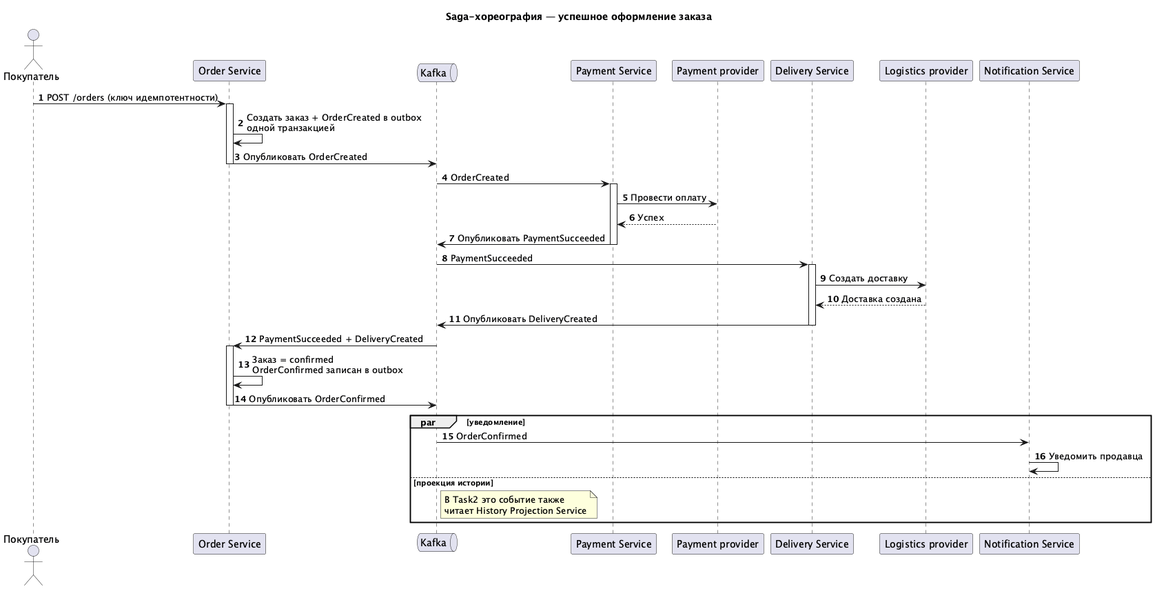
The PlantUML diagram Task1/saga-success.png in FFinn/MSA-3-NovaMarket-v1, before a commit. Its diagram source:
```plantuml
@startuml
title Saga-хореография — успешное оформление заказа
autonumber
actor "Покупатель" as B
participant "Order Service" as O
queue Kafka as K
participant "Payment Service" as P
participant "Payment provider" as PP
participant "Delivery Service" as D
participant "Logistics provider" as LP
participant "Notification Service" as N

B -> O: POST /orders (ключ идемпотентности)
activate O
O -> O: Создать заказ + OrderCreated в outbox\nодной транзакцией
O -> K: Опубликовать OrderCreated
deactivate O
K -> P: OrderCreated
activate P
P -> PP: Провести оплату
PP --> P: Успех
P -> K: Опубликовать PaymentSucceeded
deactivate P
K -> D: PaymentSucceeded
activate D
D -> LP: Создать доставку
LP --> D: Доставка создана
D -> K: Опубликовать DeliveryCreated
deactivate D
K -> O: PaymentSucceeded + DeliveryCreated
activate O
O -> O: Заказ = confirmed\nOrderConfirmed записан в outbox
O -> K: Опубликовать OrderConfirmed
deactivate O
par уведомление
 K -> N: OrderConfirmed
 N -> N: Уведомить продавца
else проекция истории
 note right of K: В Task2 это событие также\nчитает History Projection Service
end
@enduml
```
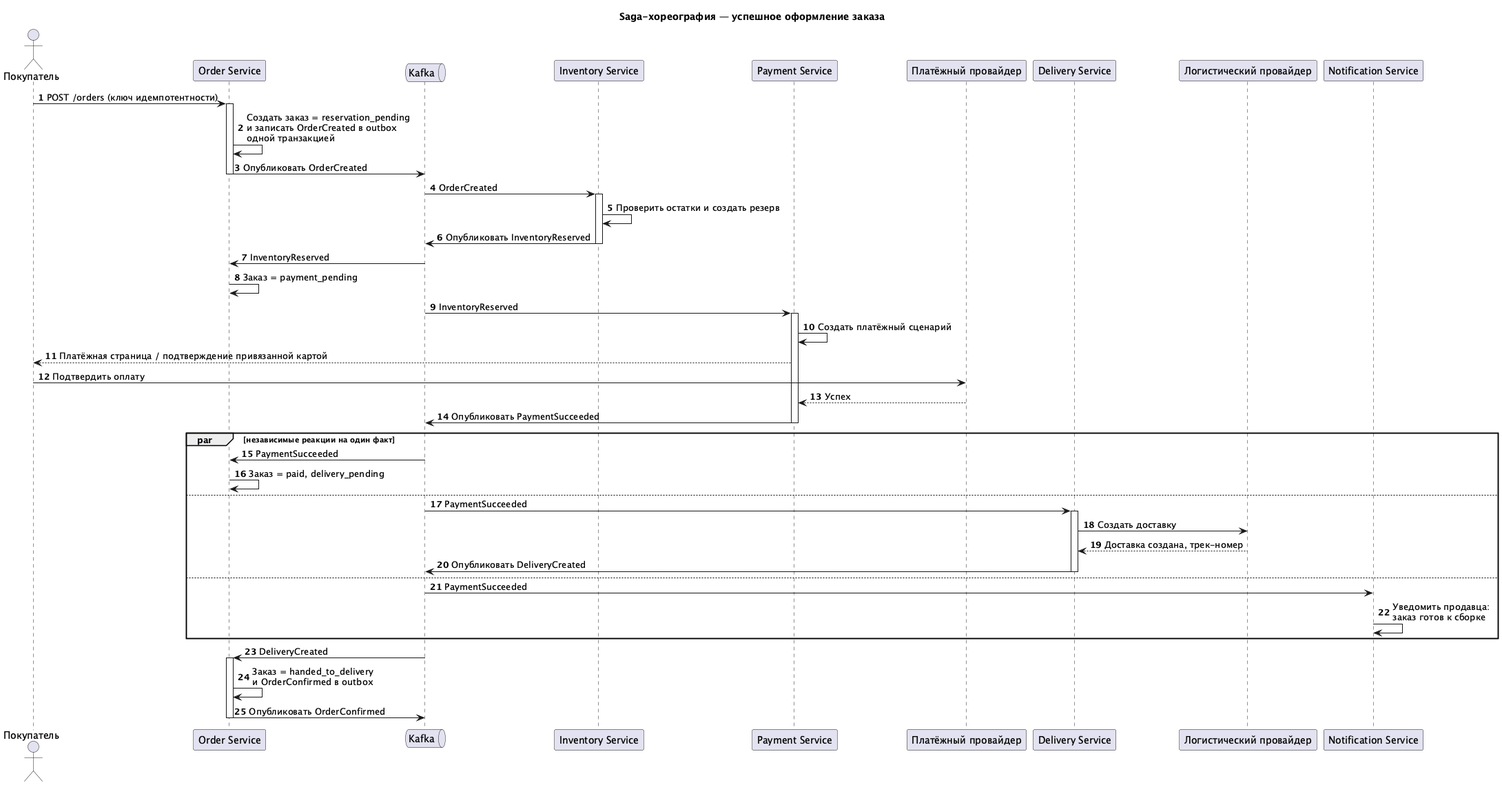
Later version of the same file.

Commit message:
Update Task1 rendered diagrams

The edit, as a diff of the source:
```diff
@@ -4,38 +4,51 @@
 actor "Покупатель" as B
 participant "Order Service" as O
 queue Kafka as K
+participant "Inventory Service" as I
 participant "Payment Service" as P
-participant "Payment provider" as PP
+participant "Платёжный провайдер" as PP
 participant "Delivery Service" as D
-participant "Logistics provider" as LP
+participant "Логистический провайдер" as LP
 participant "Notification Service" as N
 
 B -> O: POST /orders (ключ идемпотентности)
 activate O
-O -> O: Создать заказ + OrderCreated в outbox\nодной транзакцией
+O -> O: Создать заказ = reservation_pending\nи записать OrderCreated в outbox\nодной транзакцией
 O -> K: Опубликовать OrderCreated
 deactivate O
-K -> P: OrderCreated
+K -> I: OrderCreated
+activate I
+I -> I: Проверить остатки и создать резерв
+I -> K: Опубликовать InventoryReserved
+deactivate I
+K -> O: InventoryReserved
+O -> O: Заказ = payment_pending
+K -> P: InventoryReserved
 activate P
-P -> PP: Провести оплату
+P -> P: Создать платёжный сценарий
+P --> B: Платёжная страница / подтверждение привязанной картой
+B -> PP: Подтвердить оплату
 PP --> P: Успех
 P -> K: Опубликовать PaymentSucceeded
 deactivate P
-K -> D: PaymentSucceeded
-activate D
-D -> LP: Создать доставку
-LP --> D: Доставка создана
-D -> K: Опубликовать DeliveryCreated
-deactivate D
-K -> O: PaymentSucceeded + DeliveryCreated
+
+par независимые реакции на один факт
+  K -> O: PaymentSucceeded
+  O -> O: Заказ = paid, delivery_pending
+else
+  K -> D: PaymentSucceeded
+  activate D
+  D -> LP: Создать доставку
+  LP --> D: Доставка создана, трек-номер
+  D -> K: Опубликовать DeliveryCreated
+  deactivate D
+else
+  K -> N: PaymentSucceeded
+  N -> N: Уведомить продавца:\nзаказ готов к сборке
+end
+K -> O: DeliveryCreated
 activate O
-O -> O: Заказ = confirmed\nOrderConfirmed записан в outbox
+O -> O: Заказ = handed_to_delivery\nи OrderConfirmed в outbox
 O -> K: Опубликовать OrderConfirmed
 deactivate O
-par уведомление
- K -> N: OrderConfirmed
- N -> N: Уведомить продавца
-else проекция истории
- note right of K: В Task2 это событие также\nчитает History Projection Service
-end
 @enduml
```
